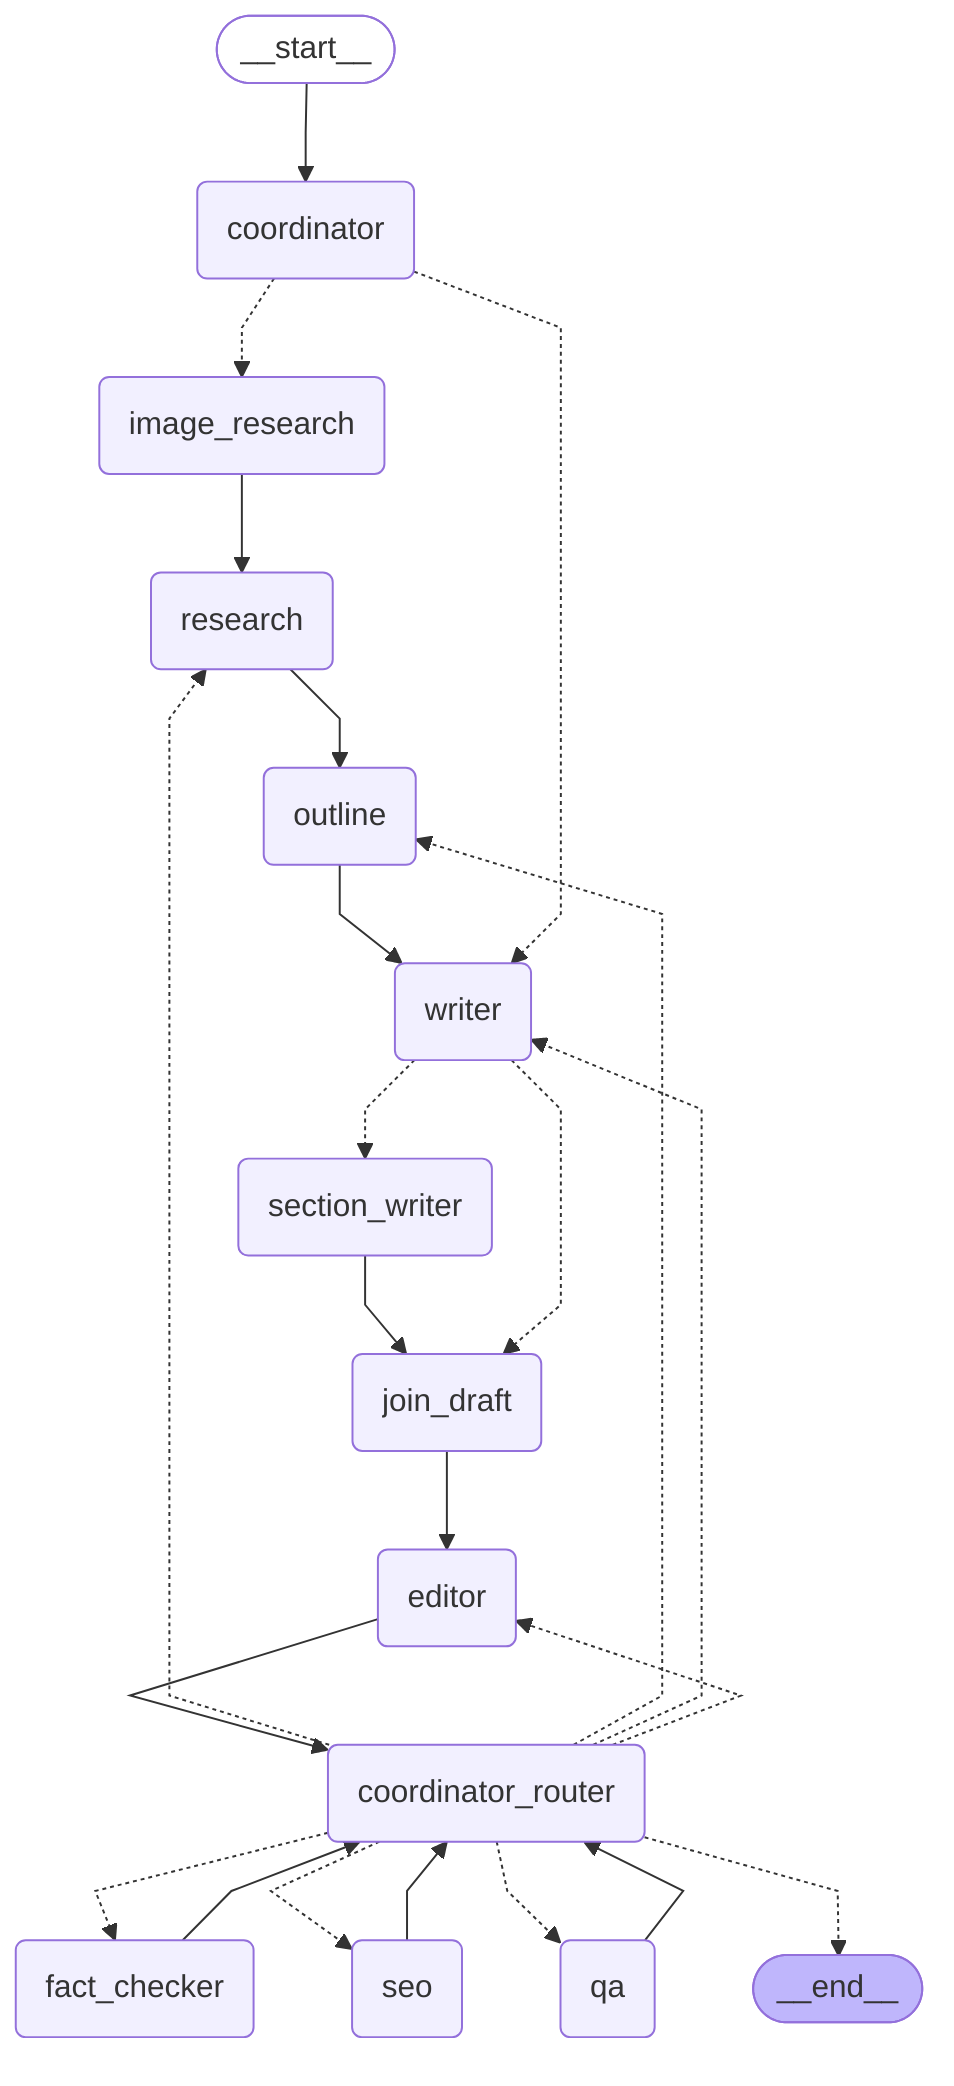
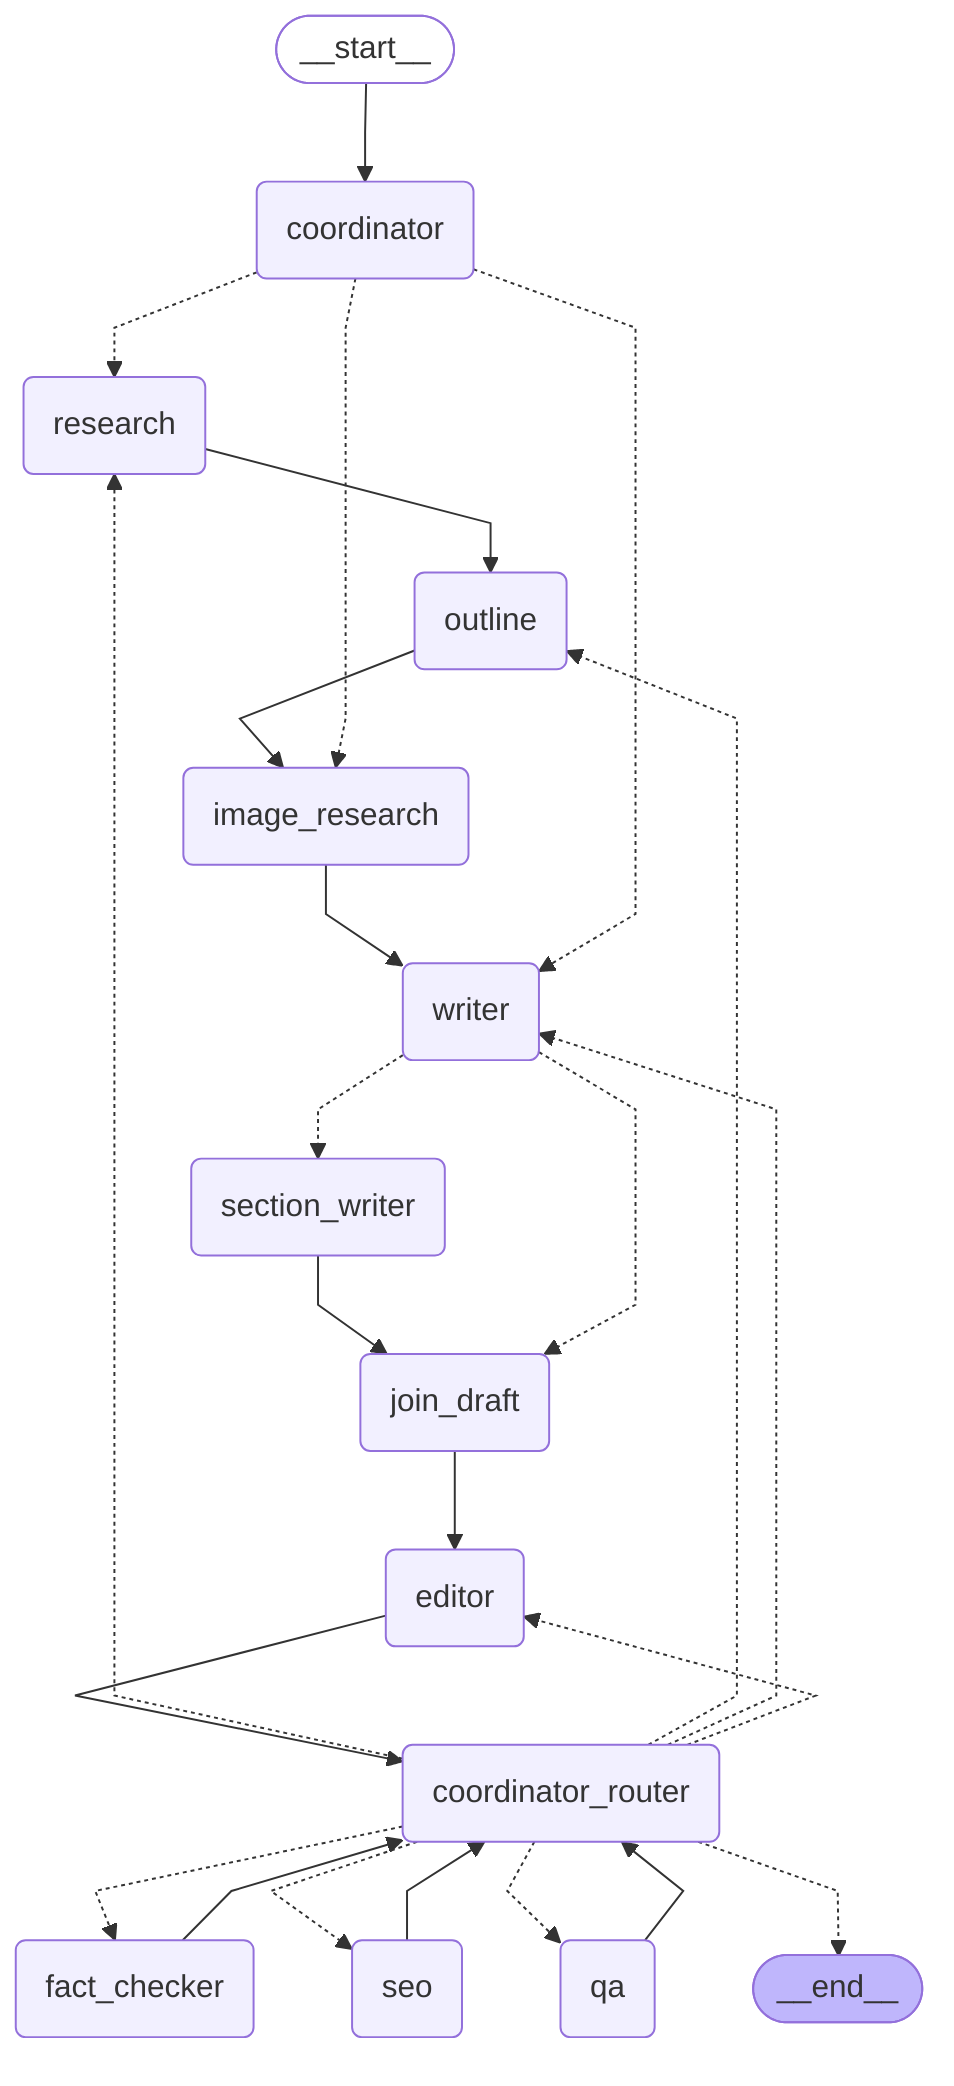
---
config:
  flowchart:
    curve: linear
---
graph TD;
	__start__([<p>__start__</p>]):::first
	coordinator(coordinator)
- 	image_research(image_research)
	research(research)
	outline(outline)
+ 	image_research(image_research)
	writer(writer)
	section_writer(section_writer)
	join_draft(join_draft)
	editor(editor)
	coordinator_router(coordinator_router)
	fact_checker(fact_checker)
	seo(seo)
	qa(qa)
	__end__([<p>__end__</p>]):::last
	__start__ --> coordinator;
	editor --> coordinator_router;
	fact_checker --> coordinator_router;
- 	image_research --> research;
+ 	image_research --> writer;
	join_draft --> editor;
- 	outline --> writer;
+ 	outline --> image_research;
	qa --> coordinator_router;
	research --> outline;
	section_writer --> join_draft;
	seo --> coordinator_router;
+ 	coordinator -.-> research;
	coordinator -.-> image_research;
	coordinator -.-> writer;
	writer -.-> section_writer;
	writer -.-> join_draft;
	coordinator_router -.-> research;
	coordinator_router -.-> outline;
	coordinator_router -.-> writer;
	coordinator_router -.-> editor;
	coordinator_router -.-> fact_checker;
	coordinator_router -.-> seo;
	coordinator_router -.-> qa;
	coordinator_router -.-> __end__;
	classDef default fill:#f2f0ff,line-height:1.2
	classDef first fill-opacity:0
	classDef last fill:#bfb6fc
